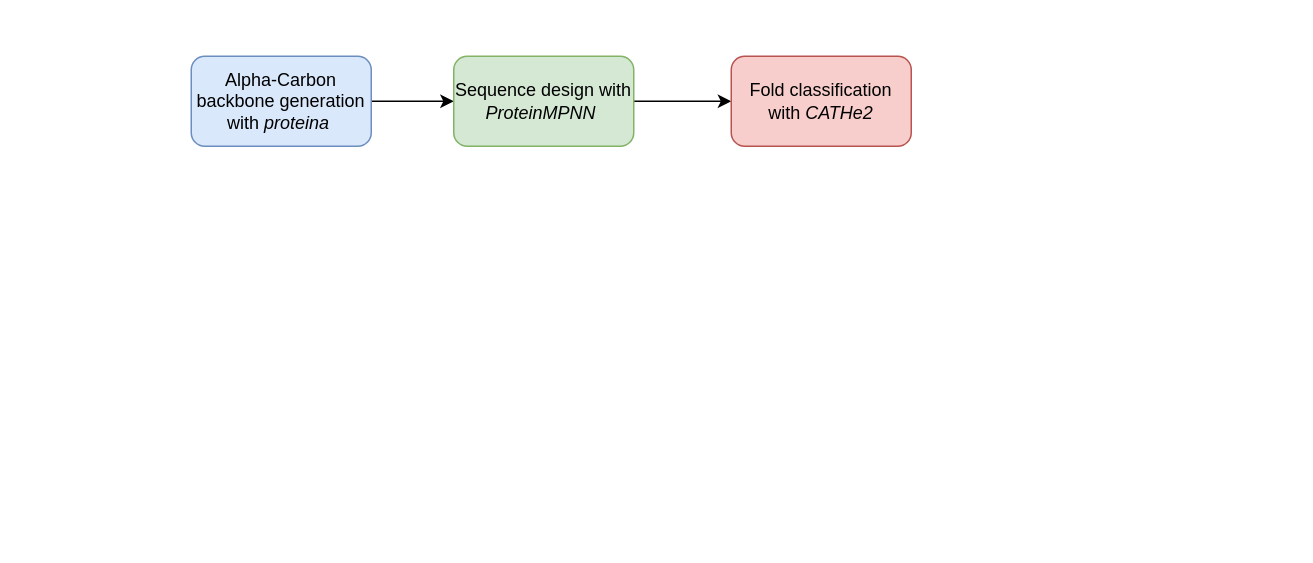
Before: page "Page-1" (2 of 2) of figures/protein_design_architecture.drawio in olimpijada72/protein-design, a draw.io diagram. Source tidied: cells renumbered, new cells numbered last; positions are measured from the earlier drawing's top-left corner, leaving out a move shared by most shapes. Both pictures are drawn from the tidied source at 150%, with x=0, y=0 at pixel (190, 56).
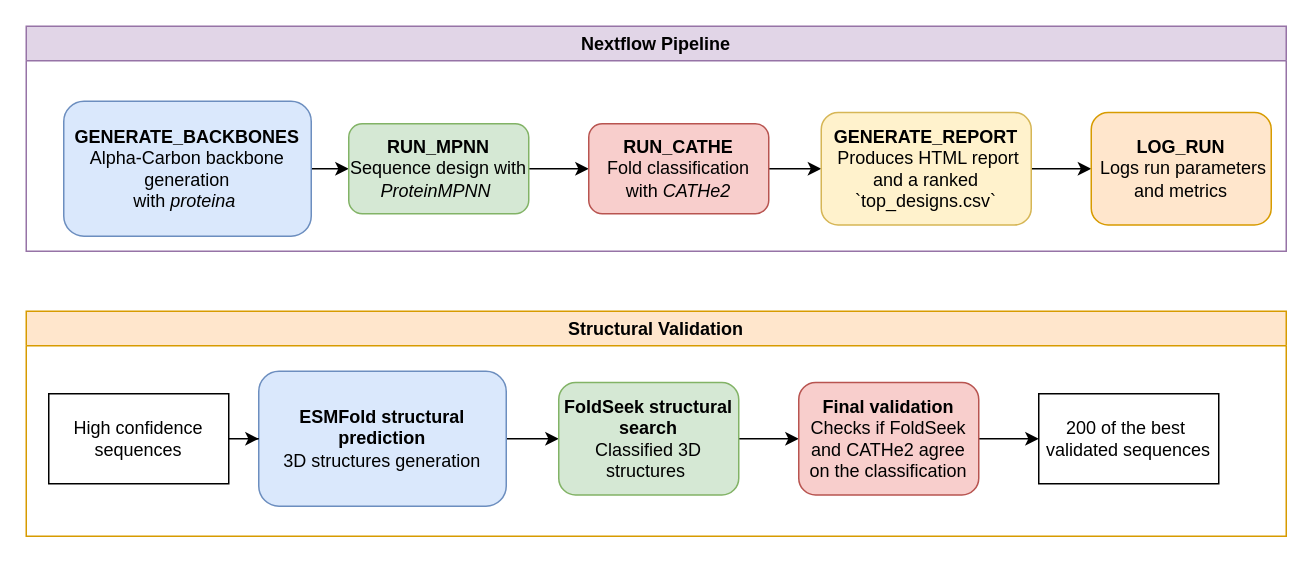
The same page after the edit.

What changed in the source:
```diff
@@
+    <mxCell id="7" value="Nextflow Pipeline" style="swimlane;whiteSpace=wrap;html=1;fillColor=#e1d5e7;strokeColor=#9673a6;" parent="1" vertex="1">
+      <mxGeometry x="-110" y="-20" width="840" height="150" as="geometry" />
+    </mxCell>
-    <mxCell id="2" style="edgeStyle=orthogonalEdgeStyle;rounded=0;jettySize=auto;html=1;" parent="1" edge="1" source="3" target="5">
+    <mxCell id="2" style="edgeStyle=orthogonalEdgeStyle;rounded=0;jettySize=auto;html=1;" parent="7" edge="1" source="3" target="5">
       <mxGeometry relative="1" as="geometry" />
     </mxCell>
-    <mxCell id="3" value="Alpha-Carbon backbone generation&lt;div&gt;with &lt;i&gt;proteina&amp;nbsp;&lt;/i&gt;&lt;/div&gt;" style="rounded=1;whiteSpace=wrap;html=1;fillColor=#dae8fc;strokeColor=#6c8ebf;" parent="1" vertex="1">
-      <mxGeometry width="120" height="60" as="geometry" />
+    <mxCell id="3" value="&lt;div&gt;&lt;b&gt;GENERATE_BACKBONES&lt;/b&gt;&lt;/div&gt;Alpha-Carbon backbone generation&lt;div&gt;with &lt;i&gt;proteina&amp;nbsp;&lt;/i&gt;&lt;/div&gt;" style="rounded=1;whiteSpace=wrap;html=1;fillColor=#dae8fc;strokeColor=#6c8ebf;" parent="7" vertex="1">
+      <mxGeometry x="25" y="50" width="165" height="90" as="geometry" />
     </mxCell>
-    <mxCell id="4" style="edgeStyle=orthogonalEdgeStyle;rounded=0;jettySize=auto;html=1;" parent="1" edge="1" source="5" target="6">
+    <mxCell id="4" style="edgeStyle=orthogonalEdgeStyle;rounded=0;jettySize=auto;html=1;" parent="7" edge="1" source="5" target="6">
       <mxGeometry relative="1" as="geometry" />
     </mxCell>
-    <mxCell id="5" value="Sequence design with &lt;i&gt;ProteinMPNN&amp;nbsp;&lt;/i&gt;" style="rounded=1;whiteSpace=wrap;html=1;fillColor=#d5e8d4;strokeColor=#82b366;" parent="1" vertex="1">
-      <mxGeometry x="175" width="120" height="60" as="geometry" />
+    <mxCell id="5" value="&lt;div&gt;&lt;b&gt;RUN_MPNN&lt;/b&gt;&lt;/div&gt;Sequence design with &lt;i&gt;ProteinMPNN&amp;nbsp;&lt;/i&gt;" style="rounded=1;whiteSpace=wrap;html=1;fillColor=#d5e8d4;strokeColor=#82b366;" parent="7" vertex="1">
+      <mxGeometry x="215" y="65" width="120" height="60" as="geometry" />
     </mxCell>
+    <mxCell id="8" style="edgeStyle=orthogonalEdgeStyle;rounded=0;jettySize=auto;html=1;" parent="7" edge="1" source="6" target="10">
+      <mxGeometry relative="1" as="geometry" />
+    </mxCell>
-    <mxCell id="6" value="Fold classification with &lt;i&gt;CATHe2&lt;/i&gt;" style="rounded=1;whiteSpace=wrap;html=1;fillColor=#f8cecc;strokeColor=#b85450;" parent="1" vertex="1">
-      <mxGeometry x="360" width="120" height="60" as="geometry" />
+    <mxCell id="6" value="&lt;div&gt;&lt;b&gt;RUN_CATHE&lt;/b&gt;&lt;/div&gt;Fold classification with &lt;i&gt;CATHe2&lt;/i&gt;" style="rounded=1;whiteSpace=wrap;html=1;fillColor=#f8cecc;strokeColor=#b85450;" parent="7" vertex="1">
+      <mxGeometry x="375" y="65" width="120" height="60" as="geometry" />
     </mxCell>
+    <mxCell id="9" style="edgeStyle=orthogonalEdgeStyle;rounded=0;jettySize=auto;html=1;" parent="7" edge="1" source="10" target="11">
+      <mxGeometry relative="1" as="geometry" />
+    </mxCell>
+    <mxCell id="10" value="&lt;div&gt;&lt;b&gt;GENERATE_REPORT&lt;/b&gt;&lt;/div&gt;&amp;nbsp;Produces HTML report and a ranked `top_designs.csv`" style="rounded=1;whiteSpace=wrap;html=1;fillColor=#fff2cc;strokeColor=#d6b656;" parent="7" vertex="1">
+      <mxGeometry x="530" y="57.5" width="140" height="75" as="geometry" />
+    </mxCell>
+    <mxCell id="11" value="&lt;div&gt;&lt;b&gt;LOG_RUN&lt;/b&gt;&lt;/div&gt;&amp;nbsp;Logs run parameters and metrics" style="rounded=1;whiteSpace=wrap;html=1;fillColor=#ffe6cc;strokeColor=#d79b00;" parent="7" vertex="1">
+      <mxGeometry x="710" y="57.5" width="120" height="75" as="geometry" />
+    </mxCell>
+    <mxCell id="12" value="Structural Validation" style="swimlane;whiteSpace=wrap;html=1;swimlaneFillColor=default;fillColor=#ffe6cc;strokeColor=#d79b00;" parent="1" vertex="1">
+      <mxGeometry x="-110" y="170" width="840" height="150" as="geometry" />
+    </mxCell>
+    <mxCell id="13" style="edgeStyle=orthogonalEdgeStyle;rounded=0;jettySize=auto;html=1;" parent="12" edge="1" source="14" target="16">
+      <mxGeometry relative="1" as="geometry" />
+    </mxCell>
+    <mxCell id="14" value="&lt;div&gt;&lt;b&gt;ESMFold structural prediction&lt;/b&gt;&lt;/div&gt;3D structures generation" style="rounded=1;whiteSpace=wrap;html=1;fillColor=#dae8fc;strokeColor=#6c8ebf;" parent="12" vertex="1">
+      <mxGeometry x="155" y="40" width="165" height="90" as="geometry" />
+    </mxCell>
+    <mxCell id="15" style="edgeStyle=orthogonalEdgeStyle;rounded=0;jettySize=auto;html=1;" parent="12" edge="1" source="16" target="18">
+      <mxGeometry relative="1" as="geometry" />
+    </mxCell>
+    <mxCell id="16" value="&lt;div&gt;&lt;span style=&quot;background-color: transparent;&quot;&gt;&lt;b&gt;FoldSeek structural search&lt;/b&gt;&lt;/span&gt;&lt;/div&gt;&lt;div&gt;Classified 3D structures&amp;nbsp;&lt;/div&gt;" style="rounded=1;whiteSpace=wrap;html=1;fillColor=#d5e8d4;strokeColor=#82b366;" parent="12" vertex="1">
+      <mxGeometry x="355" y="47.5" width="120" height="75" as="geometry" />
+    </mxCell>
+    <mxCell id="17" style="edgeStyle=orthogonalEdgeStyle;rounded=0;jettySize=auto;html=1;" parent="12" edge="1" source="18" target="21">
+      <mxGeometry relative="1" as="geometry" />
+    </mxCell>
+    <mxCell id="18" value="&lt;div&gt;&lt;b&gt;Final validation&lt;/b&gt;&lt;/div&gt;Checks if FoldSeek and CATHe2 agree on the classification" style="rounded=1;whiteSpace=wrap;html=1;fillColor=#f8cecc;strokeColor=#b85450;" parent="12" vertex="1">
+      <mxGeometry x="515" y="47.5" width="120" height="75" as="geometry" />
+    </mxCell>
+    <mxCell id="19" style="edgeStyle=orthogonalEdgeStyle;rounded=0;jettySize=auto;html=1;" parent="12" edge="1" source="20" target="14">
+      <mxGeometry relative="1" as="geometry" />
+    </mxCell>
+    <mxCell id="20" value="High confidence sequences" style="rounded=0;whiteSpace=wrap;html=1;" parent="12" vertex="1">
+      <mxGeometry x="15" y="55" width="120" height="60" as="geometry" />
+    </mxCell>
+    <mxCell id="21" value="200 of the best&amp;nbsp; validated sequences" style="rounded=0;whiteSpace=wrap;html=1;" parent="12" vertex="1">
+      <mxGeometry x="675" y="55" width="120" height="60" as="geometry" />
+    </mxCell>
```
